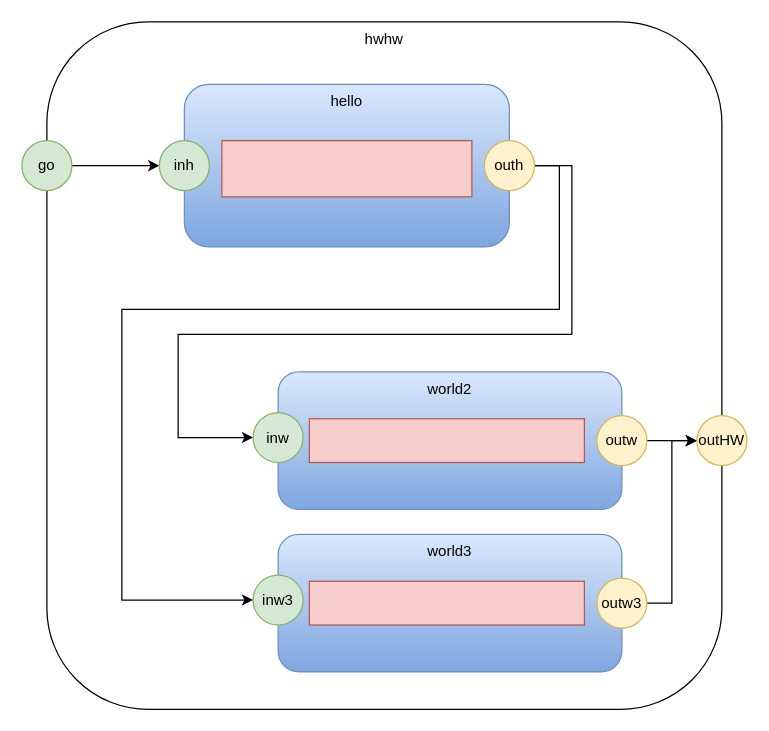
guitarvydas/das keeps this draw.io diagram as hwhw.drawio. Above is the earlier version. Source tidied: cells renumbered, new cells numbered last; positions are measured from the earlier drawing's top-left corner, leaving out a move shared by most shapes. Both pictures are drawn from the tidied source at 125%, with x=0, y=0 at pixel (21, 21).
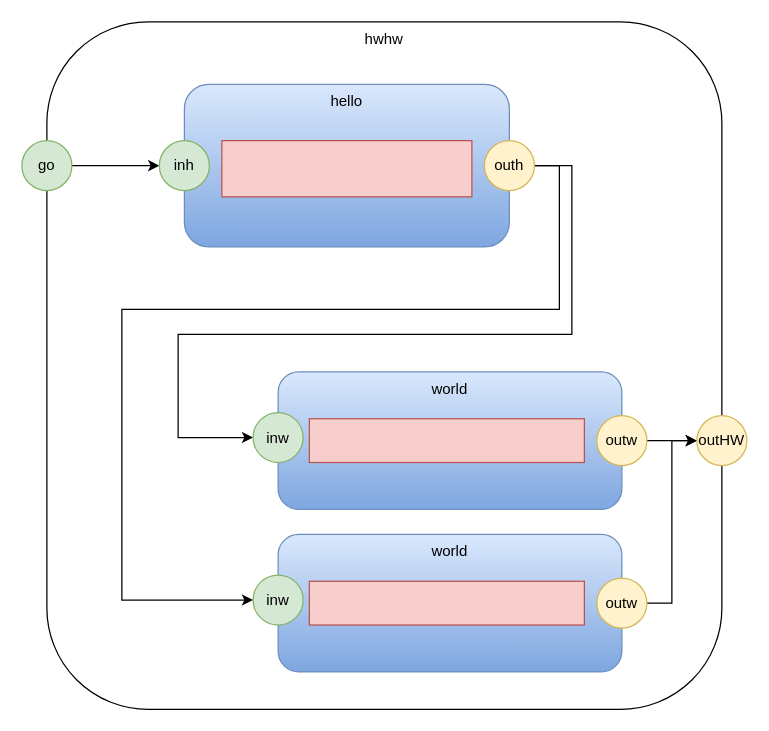
After the change.

Change to the diagram source:
```diff
@@
-    <mxCell id="8" value="world2" style="rounded=1;whiteSpace=wrap;html=1;gradientColor=#7ea6e0;fillColor=#dae8fc;strokeColor=#6c8ebf;verticalAlign=top;" parent="1" vertex="1">
+    <mxCell id="8" value="world" style="rounded=1;whiteSpace=wrap;html=1;gradientColor=#7ea6e0;fillColor=#dae8fc;strokeColor=#6c8ebf;verticalAlign=top;" parent="1" vertex="1">
       <mxGeometry x="205" y="280" width="275" height="110" as="geometry" />
     </mxCell>
@@
-    <mxCell id="17" value="world3" style="rounded=1;whiteSpace=wrap;html=1;gradientColor=#7ea6e0;fillColor=#dae8fc;strokeColor=#6c8ebf;verticalAlign=top;" parent="1" vertex="1">
+    <mxCell id="17" value="world" style="rounded=1;whiteSpace=wrap;html=1;gradientColor=#7ea6e0;fillColor=#dae8fc;strokeColor=#6c8ebf;verticalAlign=top;" parent="1" vertex="1">
       <mxGeometry x="205" y="410" width="275" height="110" as="geometry" />
     </mxCell>
-    <mxCell id="18" value="inw3" style="ellipse;whiteSpace=wrap;html=1;fillColor=#d5e8d4;strokeColor=#82b366;" parent="1" vertex="1">
+    <mxCell id="18" value="inw" style="ellipse;whiteSpace=wrap;html=1;fillColor=#d5e8d4;strokeColor=#82b366;" parent="1" vertex="1">
       <mxGeometry x="185" y="442.5" width="40" height="40" as="geometry" />
     </mxCell>
@@
-    <mxCell id="21" value="outw3" style="ellipse;whiteSpace=wrap;html=1;fillColor=#fff2cc;strokeColor=#d6b656;" parent="1" vertex="1">
+    <mxCell id="21" value="outw" style="ellipse;whiteSpace=wrap;html=1;fillColor=#fff2cc;strokeColor=#d6b656;" parent="1" vertex="1">
       <mxGeometry x="460" y="445" width="40" height="40" as="geometry" />
     </mxCell>
```
